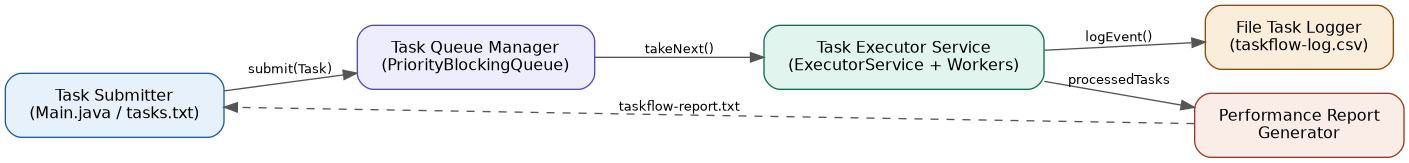
Before: docs/diagrams/architecture.png, a diagram exported from Graphviz (Aklesh1206/Java_vityarthi_project). Its source is kept beside it as docs/diagrams/architecture.dot. Its diagram source:
```dot
digraph Architecture {
    rankdir=LR;
    bgcolor="white";
    node [shape=box, style="rounded,filled", fontname="Helvetica", fontsize=12, margin="0.25,0.15"];
    edge [fontname="Helvetica", fontsize=10, color="#555555"];

    Client [label="Task Submitter\n(Main.java / tasks.txt)", fillcolor="#E6F1FB", color="#185FA5"];
    Queue [label="Task Queue Manager\n(PriorityBlockingQueue)", fillcolor="#EEEDFE", color="#534AB7"];
    Executor [label="Task Executor Service\n(ExecutorService + Workers)", fillcolor="#E1F5EE", color="#0F6E56"];
    Logger [label="File Task Logger\n(taskflow-log.csv)", fillcolor="#FAEEDA", color="#854F0B"];
    Report [label="Performance Report\nGenerator", fillcolor="#FAECE7", color="#993C1D"];

    Client -> Queue [label="submit(Task)"];
    Queue -> Executor [label="takeNext()"];
    Executor -> Logger [label="logEvent()"];
    Executor -> Report [label="processedTasks"];
    Report -> Client [label="taskflow-report.txt", style=dashed];
}
```
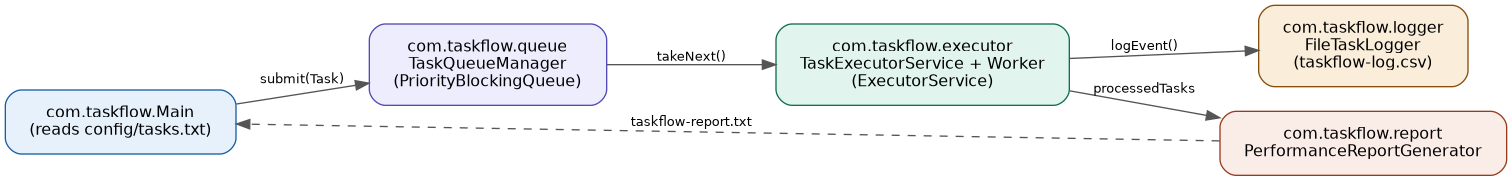
After the change.

Commit message:
Update architecture and class diagrams to reflect com.taskflow package structure

Diff of the diagram source:
```diff
@@ -4,11 +4,11 @@
     node [shape=box, style="rounded,filled", fontname="Helvetica", fontsize=12, margin="0.25,0.15"];
     edge [fontname="Helvetica", fontsize=10, color="#555555"];
 
-    Client [label="Task Submitter\n(Main.java / tasks.txt)", fillcolor="#E6F1FB", color="#185FA5"];
-    Queue [label="Task Queue Manager\n(PriorityBlockingQueue)", fillcolor="#EEEDFE", color="#534AB7"];
-    Executor [label="Task Executor Service\n(ExecutorService + Workers)", fillcolor="#E1F5EE", color="#0F6E56"];
-    Logger [label="File Task Logger\n(taskflow-log.csv)", fillcolor="#FAEEDA", color="#854F0B"];
-    Report [label="Performance Report\nGenerator", fillcolor="#FAECE7", color="#993C1D"];
+    Client [label="com.taskflow.Main\n(reads config/tasks.txt)", fillcolor="#E6F1FB", color="#185FA5"];
+    Queue [label="com.taskflow.queue\nTaskQueueManager\n(PriorityBlockingQueue)", fillcolor="#EEEDFE", color="#534AB7"];
+    Executor [label="com.taskflow.executor\nTaskExecutorService + Worker\n(ExecutorService)", fillcolor="#E1F5EE", color="#0F6E56"];
+    Logger [label="com.taskflow.logger\nFileTaskLogger\n(taskflow-log.csv)", fillcolor="#FAEEDA", color="#854F0B"];
+    Report [label="com.taskflow.report\nPerformanceReportGenerator", fillcolor="#FAECE7", color="#993C1D"];
 
     Client -> Queue [label="submit(Task)"];
     Queue -> Executor [label="takeNext()"];
```
